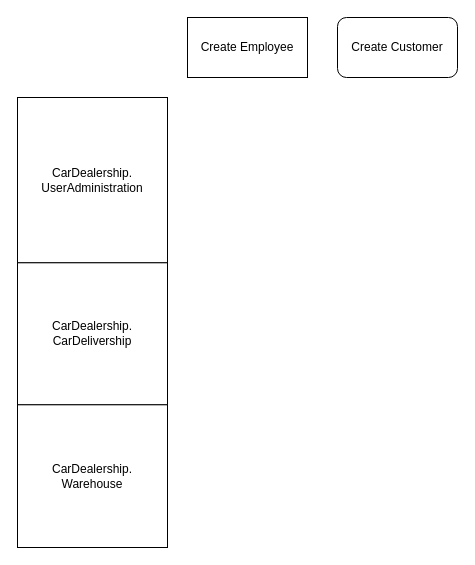
Above: page "Process" (2 of 2) of ProjectMap.drawio in capit33/CarDealership (draw.io), before the change. Source tidied: cells renumbered, new cells numbered last; positions are measured from the earlier drawing's top-left corner, leaving out a move shared by most shapes. Both pictures are drawn from the tidied source at 100%, with x=0, y=0 at pixel (17, 17).
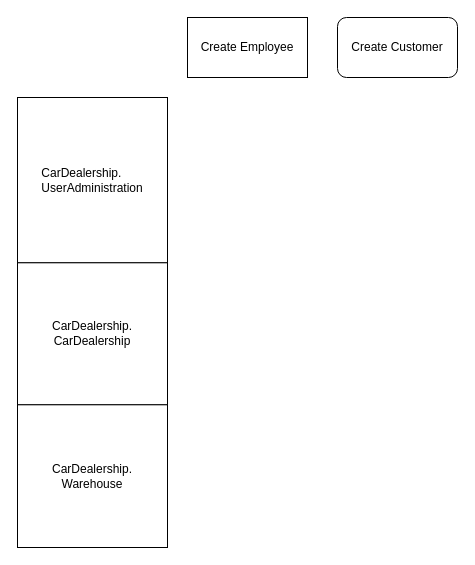
The same diagram, later.

Change to the diagram source:
```diff
@@
 <mxGraphModel>
   <root>
     <mxCell id="0" />
     <mxCell id="1" parent="0" />
-    <mxCell id="2" style="group;" parent="1" vertex="1">
+    <mxCell id="2" style="group;whiteSpace=wrap;horizontal=1;" parent="1" vertex="1">
       <mxGeometry y="80" width="150" height="450" as="geometry" />
     </mxCell>
-    <mxCell id="3" value="&lt;div&gt;&lt;span style=&quot;background-color: initial;&quot;&gt;CarDealership.&lt;/span&gt;&lt;/div&gt;&lt;div style=&quot;&quot;&gt;&lt;span style=&quot;background-color: initial;&quot;&gt;UserAdministration&lt;/span&gt;&lt;/div&gt;" style="rounded=0;whiteSpace=wrap;html=1;" parent="2" vertex="1">
+    <mxCell id="3" value="&lt;div style=&quot;text-align: justify;&quot;&gt;&lt;span style=&quot;background-color: initial;&quot;&gt;CarDealership.&lt;/span&gt;&lt;/div&gt;&lt;div style=&quot;text-align: justify;&quot;&gt;&lt;span style=&quot;background-color: initial;&quot;&gt;UserAdministration&lt;/span&gt;&lt;/div&gt;" style="rounded=0;whiteSpace=wrap;html=1;" parent="2" vertex="1">
       <mxGeometry width="150" height="165.3" as="geometry" />
     </mxCell>
-    <mxCell id="4" value="&lt;div&gt;&lt;span style=&quot;background-color: initial;&quot;&gt;CarDealership.&lt;/span&gt;&lt;/div&gt;&lt;div style=&quot;&quot;&gt;&lt;span style=&quot;background-color: initial;&quot;&gt;CarDelivership&lt;/span&gt;&lt;/div&gt;" style="rounded=0;whiteSpace=wrap;html=1;" parent="2" vertex="1">
+    <mxCell id="4" value="&lt;div&gt;&lt;span style=&quot;background-color: initial;&quot;&gt;CarDealership.&lt;/span&gt;&lt;/div&gt;&lt;div&gt;CarDealership&lt;br&gt;&lt;/div&gt;" style="rounded=0;whiteSpace=wrap;html=1;" parent="2" vertex="1">
       <mxGeometry y="165.3" width="150" height="142" as="geometry" />
     </mxCell>
-    <mxCell id="5" value="&lt;div&gt;&lt;span style=&quot;background-color: initial;&quot;&gt;CarDealership.&lt;/span&gt;&lt;/div&gt;&lt;div style=&quot;&quot;&gt;&lt;span style=&quot;background-color: initial;&quot;&gt;Warehouse&lt;/span&gt;&lt;/div&gt;" style="rounded=0;whiteSpace=wrap;html=1;" parent="2" vertex="1">
+    <mxCell id="5" value="&lt;div&gt;&lt;span style=&quot;background-color: initial;&quot;&gt;CarDealership.&lt;/span&gt;&lt;/div&gt;&lt;div&gt;&lt;span style=&quot;background-color: initial;&quot;&gt;Warehouse&lt;/span&gt;&lt;/div&gt;" style="rounded=0;whiteSpace=wrap;html=1;" parent="2" vertex="1">
       <mxGeometry y="307.3" width="150" height="142.7" as="geometry" />
     </mxCell>
     <mxCell id="6" value="Create Employee" style="rounded=0;whiteSpace=wrap;html=1;" parent="1" vertex="1">
       <mxGeometry x="170" width="120" height="60" as="geometry" />
     </mxCell>
     <mxCell id="7" value="Create Customer" style="rounded=1;whiteSpace=wrap;html=1;" parent="1" vertex="1">
       <mxGeometry x="320" width="120" height="60" as="geometry" />
     </mxCell>
   </root>
 </mxGraphModel>
```
